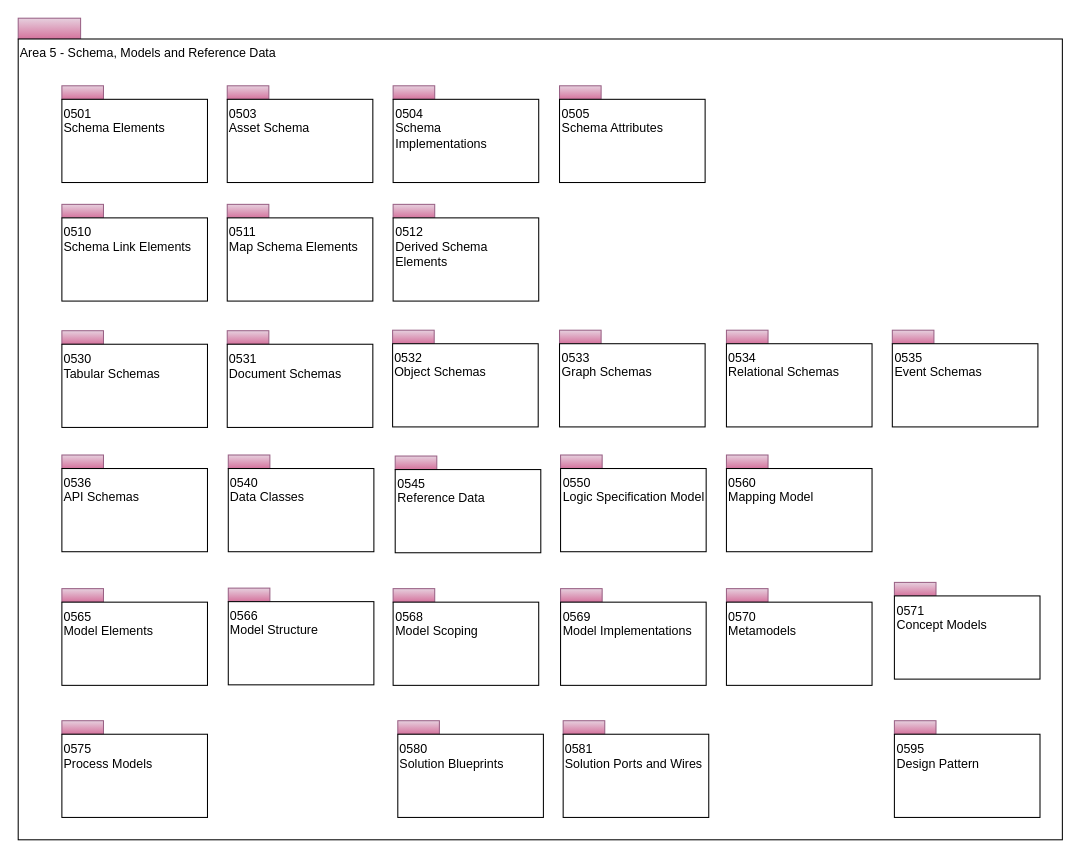
This is page "Overview" (1 of 24) of open-metadata-publication/website/open-metadata-types/area-5-models-and-schema.drawio from planetf1/egeria, a draw.io file, before an edit. Source tidied: cells renumbered, new cells numbered last; positions are measured from the earlier drawing's top-left corner, leaving out a move shared by most shapes. Both pictures are drawn from the tidied source at 104%, with x=0, y=0 at pixel (18, 18).
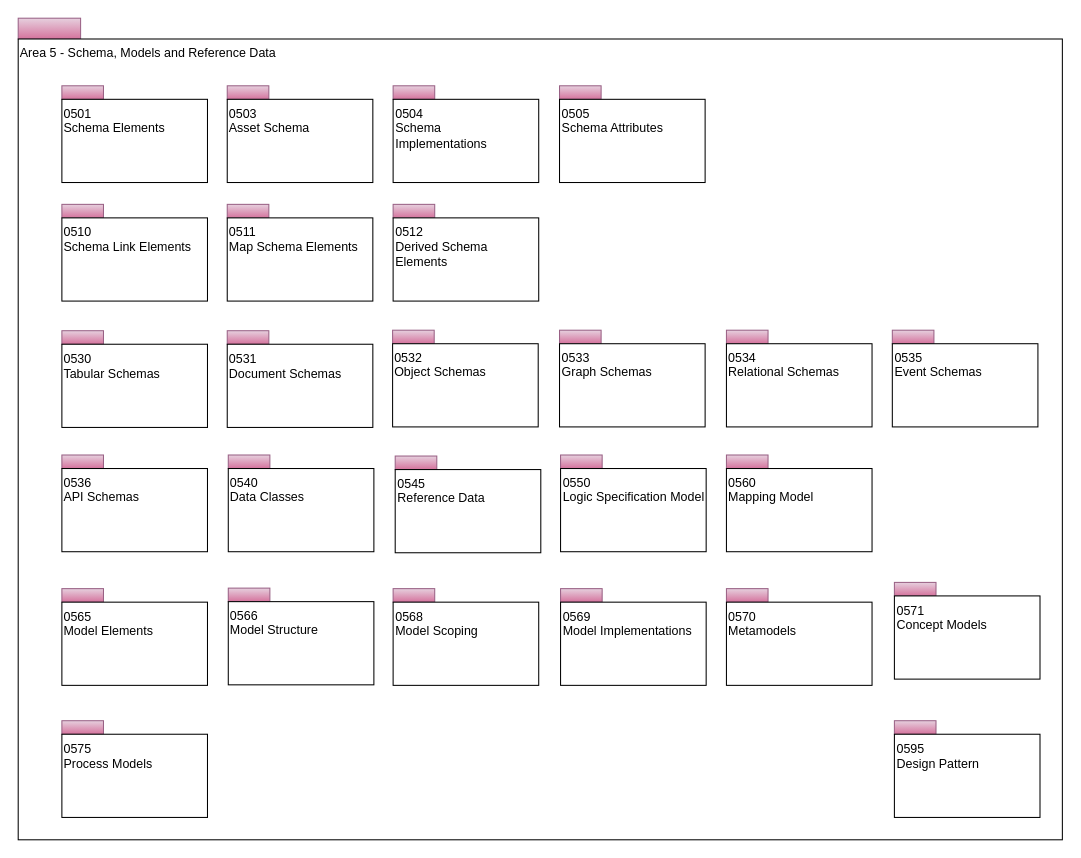
The same page after the edit.

Diff of the diagram source:
```diff
@@
-    <mxCell id="30" style="rounded=0;whiteSpace=wrap;html=1;align=left;fillColor=#e6d0de;strokeColor=#996185;gradientColor=#d5739d;" parent="1" vertex="1">
-      <mxGeometry x="365" y="675.5" width="40" height="13" as="geometry" />
-    </mxCell>
-    <mxCell id="31" value="0580&lt;br&gt;Solution Blueprints&lt;br&gt;" style="rounded=0;whiteSpace=wrap;html=1;align=left;verticalAlign=top;" parent="1" vertex="1">
-      <mxGeometry x="365" y="688.5" width="140" height="80" as="geometry" />
-    </mxCell>
@@
-    <mxCell id="48" style="rounded=0;whiteSpace=wrap;html=1;align=left;fillColor=#e6d0de;strokeColor=#996185;gradientColor=#d5739d;" parent="1" vertex="1">
-      <mxGeometry x="524" y="675.5" width="40" height="13" as="geometry" />
-    </mxCell>
-    <mxCell id="49" value="0581&lt;br&gt;Solution Ports and Wires&lt;br&gt;" style="rounded=0;whiteSpace=wrap;html=1;align=left;verticalAlign=top;" parent="1" vertex="1">
-      <mxGeometry x="524" y="688.5" width="140" height="80" as="geometry" />
-    </mxCell>
```
